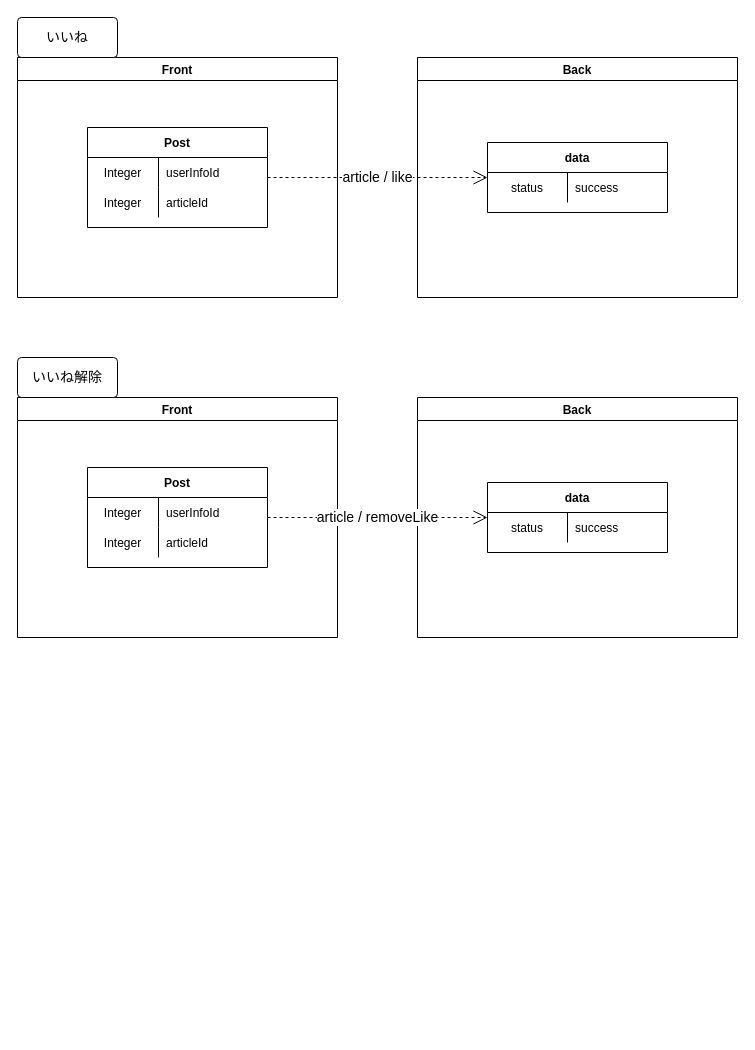
Before: page "[機能]Like" (13 of 20) of Designs/基本設計.drawio in yusuke-rakus/Qiish, a draw.io diagram. Source tidied: cells renumbered, new cells numbered last; positions are measured from the earlier drawing's top-left corner, leaving out a move shared by most shapes. Both pictures are drawn from the tidied source at 100%, with x=0, y=0 at pixel (17, 17).
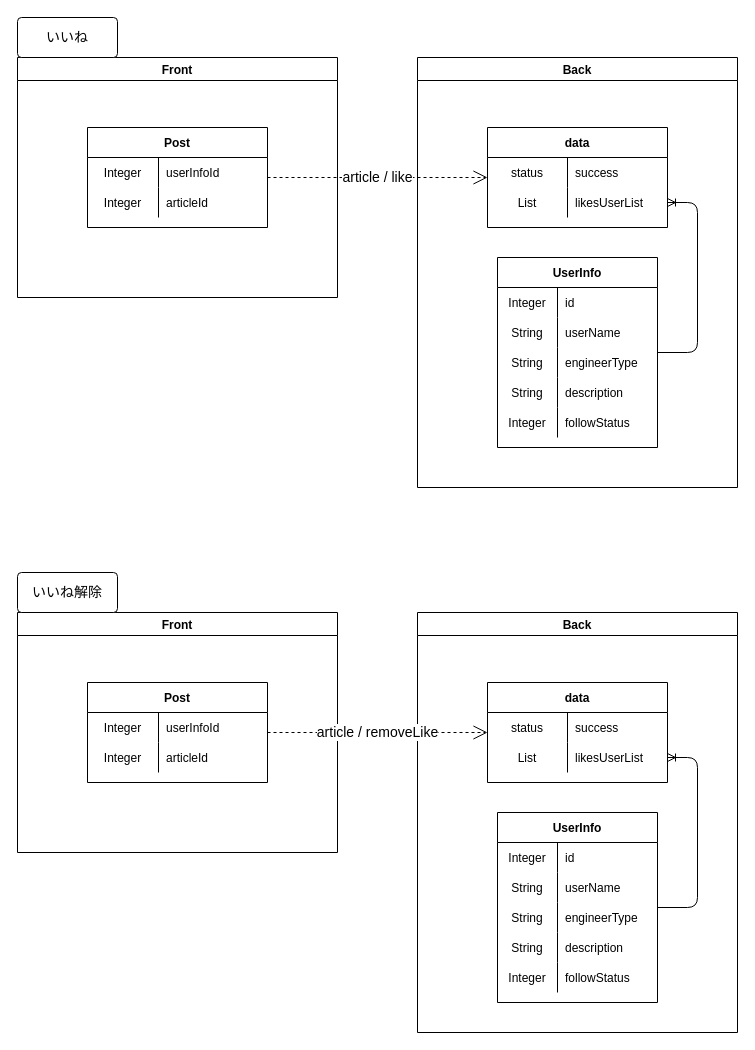
After the change.

What changed in the source:
```diff
@@
     <mxCell id="10" value="Back" style="swimlane;" parent="1" vertex="1">
-      <mxGeometry x="400" y="40" width="320" height="240" as="geometry" />
+      <mxGeometry x="400" y="40" width="320" height="430" as="geometry" />
     </mxCell>
     <mxCell id="11" value="data" style="shape=table;startSize=30;childLayout=tableLayout;rowLines=0;fontStyle=1;align=center;" parent="10" vertex="1">
-      <mxGeometry x="70" y="85" width="180" height="70" as="geometry" />
+      <mxGeometry x="70" y="70" width="180" height="100" as="geometry" />
     </mxCell>
@@
+    <mxCell id="32" style="shape=partialRectangle;fillColor=none;top=0;left=0;bottom=0;right=0;points=[[0,0.5],[1,0.5]];portConstraint=eastwest;" parent="11" vertex="1">
+      <mxGeometry y="60" width="180" height="30" as="geometry" />
+    </mxCell>
+    <mxCell id="33" value="List" style="shape=partialRectangle;fillColor=none;top=0;left=0;bottom=0;right=0;overflow=hidden;" parent="32" vertex="1">
+      <mxGeometry width="80" height="30" as="geometry" />
+    </mxCell>
+    <mxCell id="34" value="likesUserList" style="shape=partialRectangle;fillColor=none;top=0;left=0;bottom=0;right=0;align=left;spacingLeft=6;overflow=hidden;" parent="32" vertex="1">
+      <mxGeometry x="80" width="100" height="30" as="geometry" />
+    </mxCell>
+    <mxCell id="35" value="UserInfo" style="shape=table;startSize=30;childLayout=tableLayout;rowLines=0;fontStyle=1;align=center;" parent="10" vertex="1">
+      <mxGeometry x="80" y="200" width="160" height="190" as="geometry" />
+    </mxCell>
+    <mxCell id="36" style="shape=partialRectangle;fillColor=none;top=0;left=0;bottom=0;right=0;" parent="35" vertex="1">
+      <mxGeometry y="30" width="160" height="30" as="geometry" />
+    </mxCell>
+    <mxCell id="37" value="Integer" style="shape=partialRectangle;fillColor=none;top=0;left=0;bottom=0;right=0;overflow=hidden;" parent="36" vertex="1">
+      <mxGeometry width="60" height="30" as="geometry" />
+    </mxCell>
+    <mxCell id="38" value="id" style="shape=partialRectangle;fillColor=none;top=0;left=0;bottom=0;right=0;align=left;spacingLeft=6;overflow=hidden;" parent="36" vertex="1">
+      <mxGeometry x="60" width="100" height="30" as="geometry" />
+    </mxCell>
+    <mxCell id="39" style="shape=partialRectangle;fillColor=none;top=0;left=0;bottom=0;right=0;" parent="35" vertex="1">
+      <mxGeometry y="60" width="160" height="30" as="geometry" />
+    </mxCell>
+    <mxCell id="40" value="String" style="shape=partialRectangle;fillColor=none;top=0;left=0;bottom=0;right=0;overflow=hidden;" parent="39" vertex="1">
+      <mxGeometry width="60" height="30" as="geometry" />
+    </mxCell>
+    <mxCell id="41" value="userName" style="shape=partialRectangle;fillColor=none;top=0;left=0;bottom=0;right=0;align=left;spacingLeft=6;overflow=hidden;" parent="39" vertex="1">
+      <mxGeometry x="60" width="100" height="30" as="geometry" />
+    </mxCell>
+    <mxCell id="42" style="shape=partialRectangle;fillColor=none;top=0;left=0;bottom=0;right=0;" parent="35" vertex="1">
+      <mxGeometry y="90" width="160" height="30" as="geometry" />
+    </mxCell>
+    <mxCell id="43" value="String" style="shape=partialRectangle;fillColor=none;top=0;left=0;bottom=0;right=0;overflow=hidden;" parent="42" vertex="1">
+      <mxGeometry width="60" height="30" as="geometry" />
+    </mxCell>
+    <mxCell id="44" value="engineerType" style="shape=partialRectangle;fillColor=none;top=0;left=0;bottom=0;right=0;align=left;spacingLeft=6;overflow=hidden;" parent="42" vertex="1">
+      <mxGeometry x="60" width="100" height="30" as="geometry" />
+    </mxCell>
+    <mxCell id="45" style="shape=partialRectangle;fillColor=none;top=0;left=0;bottom=0;right=0;" parent="35" vertex="1">
+      <mxGeometry y="120" width="160" height="30" as="geometry" />
+    </mxCell>
+    <mxCell id="46" value="String" style="shape=partialRectangle;fillColor=none;top=0;left=0;bottom=0;right=0;overflow=hidden;" parent="45" vertex="1">
+      <mxGeometry width="60" height="30" as="geometry" />
+    </mxCell>
+    <mxCell id="47" value="description" style="shape=partialRectangle;fillColor=none;top=0;left=0;bottom=0;right=0;align=left;spacingLeft=6;overflow=hidden;" parent="45" vertex="1">
+      <mxGeometry x="60" width="100" height="30" as="geometry" />
+    </mxCell>
+    <mxCell id="48" style="shape=partialRectangle;fillColor=none;top=0;left=0;bottom=0;right=0;" parent="35" vertex="1">
+      <mxGeometry y="150" width="160" height="30" as="geometry" />
+    </mxCell>
+    <mxCell id="49" value="Integer" style="shape=partialRectangle;fillColor=none;top=0;left=0;bottom=0;right=0;overflow=hidden;" parent="48" vertex="1">
+      <mxGeometry width="60" height="30" as="geometry" />
+    </mxCell>
+    <mxCell id="50" value="followStatus" style="shape=partialRectangle;fillColor=none;top=0;left=0;bottom=0;right=0;align=left;spacingLeft=6;overflow=hidden;" parent="48" vertex="1">
+      <mxGeometry x="60" width="100" height="30" as="geometry" />
+    </mxCell>
+    <mxCell id="51" style="edgeStyle=entityRelationEdgeStyle;fontSize=12;html=1;endArrow=ERoneToMany;" parent="10" edge="1" source="35" target="32">
+      <mxGeometry relative="1" as="geometry" />
+    </mxCell>
@@
     <mxCell id="16" value="Front" style="swimlane;" parent="1" vertex="1">
-      <mxGeometry y="380" width="320" height="240" as="geometry" />
+      <mxGeometry y="595" width="320" height="240" as="geometry" />
     </mxCell>
@@
     <mxCell id="24" value="Back" style="swimlane;" parent="1" vertex="1">
-      <mxGeometry x="400" y="380" width="320" height="240" as="geometry" />
+      <mxGeometry x="400" y="595" width="320" height="420" as="geometry" />
     </mxCell>
     <mxCell id="25" value="data" style="shape=table;startSize=30;childLayout=tableLayout;rowLines=0;fontStyle=1;align=center;" parent="24" vertex="1">
-      <mxGeometry x="70" y="85" width="180" height="70" as="geometry" />
+      <mxGeometry x="70" y="70" width="180" height="100" as="geometry" />
     </mxCell>
@@
+    <mxCell id="52" style="shape=partialRectangle;fillColor=none;top=0;left=0;bottom=0;right=0;points=[[0,0.5],[1,0.5]];portConstraint=eastwest;" parent="25" vertex="1">
+      <mxGeometry y="60" width="180" height="30" as="geometry" />
+    </mxCell>
+    <mxCell id="53" value="List" style="shape=partialRectangle;fillColor=none;top=0;left=0;bottom=0;right=0;overflow=hidden;" parent="52" vertex="1">
+      <mxGeometry width="80" height="30" as="geometry" />
+    </mxCell>
+    <mxCell id="54" value="likesUserList" style="shape=partialRectangle;fillColor=none;top=0;left=0;bottom=0;right=0;align=left;spacingLeft=6;overflow=hidden;" parent="52" vertex="1">
+      <mxGeometry x="80" width="100" height="30" as="geometry" />
+    </mxCell>
+    <mxCell id="55" value="UserInfo" style="shape=table;startSize=30;childLayout=tableLayout;rowLines=0;fontStyle=1;align=center;" parent="24" vertex="1">
+      <mxGeometry x="80" y="200" width="160" height="190" as="geometry" />
+    </mxCell>
+    <mxCell id="56" style="shape=partialRectangle;fillColor=none;top=0;left=0;bottom=0;right=0;" parent="55" vertex="1">
+      <mxGeometry y="30" width="160" height="30" as="geometry" />
+    </mxCell>
+    <mxCell id="57" value="Integer" style="shape=partialRectangle;fillColor=none;top=0;left=0;bottom=0;right=0;overflow=hidden;" parent="56" vertex="1">
+      <mxGeometry width="60" height="30" as="geometry" />
+    </mxCell>
+    <mxCell id="58" value="id" style="shape=partialRectangle;fillColor=none;top=0;left=0;bottom=0;right=0;align=left;spacingLeft=6;overflow=hidden;" parent="56" vertex="1">
+      <mxGeometry x="60" width="100" height="30" as="geometry" />
+    </mxCell>
+    <mxCell id="59" style="shape=partialRectangle;fillColor=none;top=0;left=0;bottom=0;right=0;" parent="55" vertex="1">
+      <mxGeometry y="60" width="160" height="30" as="geometry" />
+    </mxCell>
+    <mxCell id="60" value="String" style="shape=partialRectangle;fillColor=none;top=0;left=0;bottom=0;right=0;overflow=hidden;" parent="59" vertex="1">
+      <mxGeometry width="60" height="30" as="geometry" />
+    </mxCell>
+    <mxCell id="61" value="userName" style="shape=partialRectangle;fillColor=none;top=0;left=0;bottom=0;right=0;align=left;spacingLeft=6;overflow=hidden;" parent="59" vertex="1">
+      <mxGeometry x="60" width="100" height="30" as="geometry" />
+    </mxCell>
+    <mxCell id="62" style="shape=partialRectangle;fillColor=none;top=0;left=0;bottom=0;right=0;" parent="55" vertex="1">
+      <mxGeometry y="90" width="160" height="30" as="geometry" />
+    </mxCell>
+    <mxCell id="63" value="String" style="shape=partialRectangle;fillColor=none;top=0;left=0;bottom=0;right=0;overflow=hidden;" parent="62" vertex="1">
+      <mxGeometry width="60" height="30" as="geometry" />
+    </mxCell>
+    <mxCell id="64" value="engineerType" style="shape=partialRectangle;fillColor=none;top=0;left=0;bottom=0;right=0;align=left;spacingLeft=6;overflow=hidden;" parent="62" vertex="1">
+      <mxGeometry x="60" width="100" height="30" as="geometry" />
+    </mxCell>
+    <mxCell id="65" style="shape=partialRectangle;fillColor=none;top=0;left=0;bottom=0;right=0;" parent="55" vertex="1">
+      <mxGeometry y="120" width="160" height="30" as="geometry" />
+    </mxCell>
+    <mxCell id="66" value="String" style="shape=partialRectangle;fillColor=none;top=0;left=0;bottom=0;right=0;overflow=hidden;" parent="65" vertex="1">
+      <mxGeometry width="60" height="30" as="geometry" />
+    </mxCell>
+    <mxCell id="67" value="description" style="shape=partialRectangle;fillColor=none;top=0;left=0;bottom=0;right=0;align=left;spacingLeft=6;overflow=hidden;" parent="65" vertex="1">
+      <mxGeometry x="60" width="100" height="30" as="geometry" />
+    </mxCell>
+    <mxCell id="68" style="shape=partialRectangle;fillColor=none;top=0;left=0;bottom=0;right=0;" parent="55" vertex="1">
+      <mxGeometry y="150" width="160" height="30" as="geometry" />
+    </mxCell>
+    <mxCell id="69" value="Integer" style="shape=partialRectangle;fillColor=none;top=0;left=0;bottom=0;right=0;overflow=hidden;" parent="68" vertex="1">
+      <mxGeometry width="60" height="30" as="geometry" />
+    </mxCell>
+    <mxCell id="70" value="followStatus" style="shape=partialRectangle;fillColor=none;top=0;left=0;bottom=0;right=0;align=left;spacingLeft=6;overflow=hidden;" parent="68" vertex="1">
+      <mxGeometry x="60" width="100" height="30" as="geometry" />
+    </mxCell>
+    <mxCell id="71" style="edgeStyle=entityRelationEdgeStyle;fontSize=12;html=1;endArrow=ERoneToMany;" parent="24" edge="1" source="55" target="52">
+      <mxGeometry relative="1" as="geometry" />
+    </mxCell>
@@
     <mxCell id="30" value="いいね解除" style="rounded=1;arcSize=10;whiteSpace=wrap;html=1;align=center;fontSize=14;" parent="1" vertex="1">
-      <mxGeometry y="340" width="100" height="40" as="geometry" />
+      <mxGeometry y="555" width="100" height="40" as="geometry" />
     </mxCell>
```
